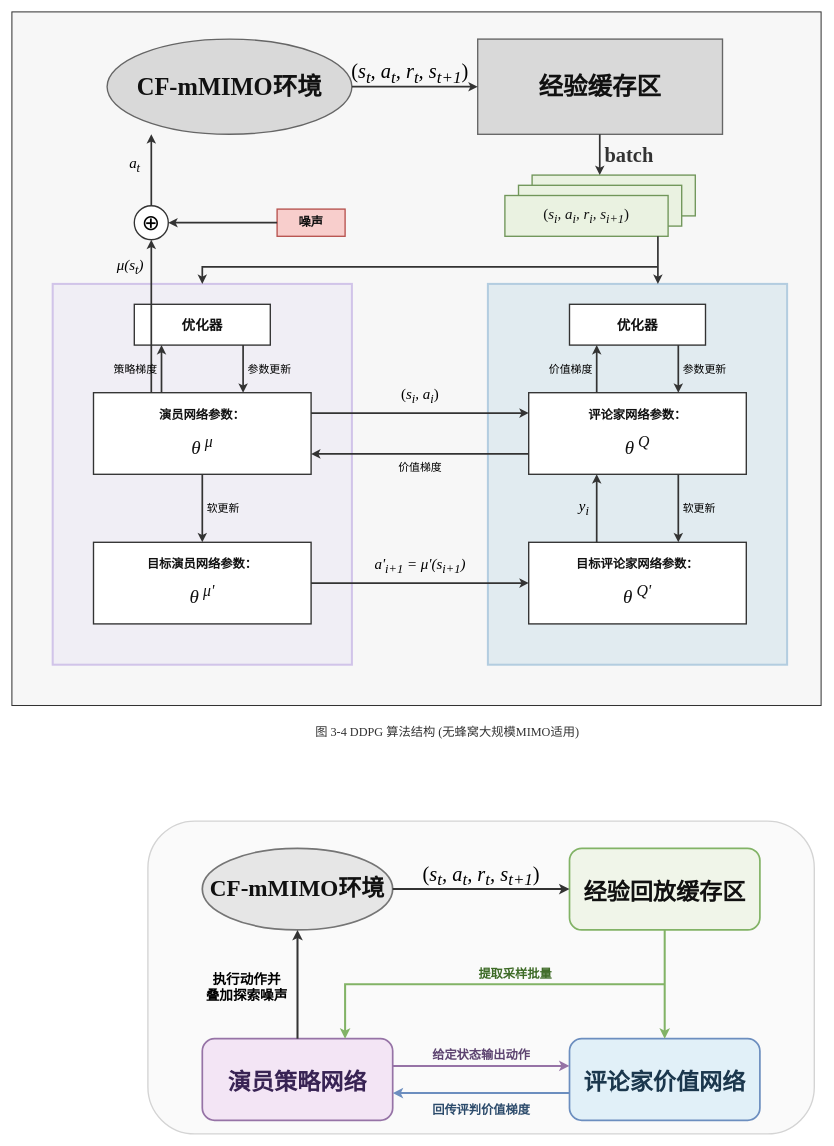
Before: 毕设DDPG架构图.drawio in youmiwei/drawio, a draw.io diagram. Source tidied: cells renumbered, new cells numbered last; positions are measured from the earlier drawing's top-left corner, leaving out a move shared by most shapes. Both pictures are drawn from the tidied source at 68%, with x=0, y=0 at pixel (12, 12).
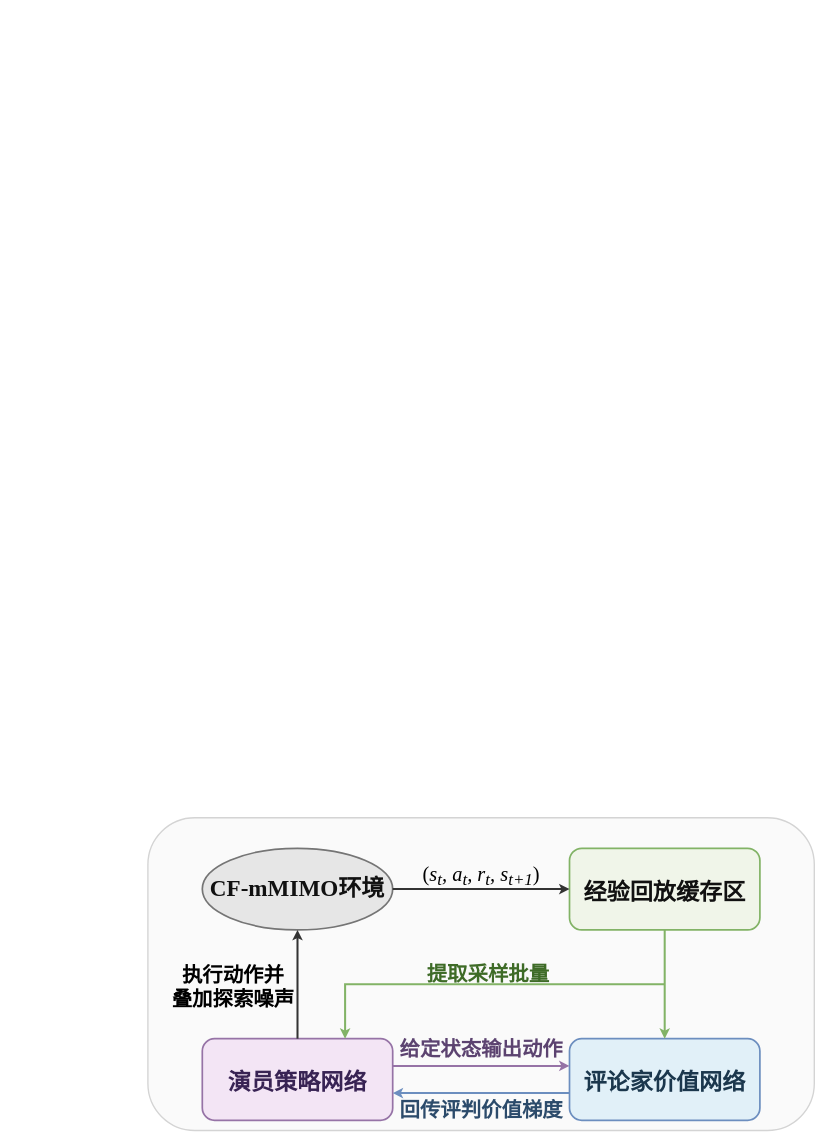
Above is the later version.

Commit message (it also covers changes not shown here):
更新毕设DDPG架构图.drawio

What changed in the source:
```diff
@@
-    <mxCell id="2" style="rounded=0;whiteSpace=wrap;html=1;fillColor=#f7f7f7;strokeColor=#333333;strokeWidth=1.5;fontFamily=Times New Roman, 宋体;" parent="1" vertex="1">
-      <mxGeometry width="1190" height="1020" as="geometry" />
-    </mxCell>
-    <mxCell id="3" value="&lt;font style=&quot;font-size: 18px;&quot;&gt;图 3-4 DDPG 算法结构 (无蜂窝大规模MIMO适用)&lt;/font&gt;" style="text;html=1;align=center;verticalAlign=middle;fontColor=#333333;fontFamily=Times New Roman, 宋体;" parent="1" vertex="1">
-      <mxGeometry x="440" y="1040" width="400" height="40" as="geometry" />
-    </mxCell>
-    <mxCell id="4" value="&lt;b style=&quot;&quot;&gt;&lt;font style=&quot;font-size: 36px;&quot;&gt;CF-mMIMO环境&lt;/font&gt;&lt;/b&gt;" style="ellipse;whiteSpace=wrap;html=1;fillColor=#d9d9d9;strokeColor=#666666;strokeWidth=2;fontColor=#111111;fontFamily=Times New Roman, 宋体;" parent="1" vertex="1">
-      <mxGeometry x="140" y="40" width="360" height="140" as="geometry" />
-    </mxCell>
-    <mxCell id="5" value="&lt;b style=&quot;&quot;&gt;&lt;font style=&quot;font-size: 36px;&quot;&gt;经验缓存区&lt;/font&gt;&lt;/b&gt;" style="rounded=0;whiteSpace=wrap;html=1;fillColor=#d9d9d9;strokeColor=#666666;strokeWidth=2;fontColor=#111111;fontFamily=Times New Roman, 宋体;" parent="1" vertex="1">
-      <mxGeometry x="685" y="40" width="360" height="140" as="geometry" />
-    </mxCell>
-    <mxCell id="6" style="endArrow=classic;html=1;strokeWidth=2.5;strokeColor=#333333;exitX=1;exitY=0.5;exitDx=0;exitDy=0;entryX=0;entryY=0.5;entryDx=0;entryDy=0;fontFamily=Times New Roman, 宋体;" parent="1" edge="1" source="4" target="5">
-      <mxGeometry relative="1" as="geometry" />
-    </mxCell>
-    <mxCell id="7" value="&lt;font style=&quot;font-size: 30px;&quot;&gt;(&lt;i style=&quot;&quot;&gt;s&lt;sub&gt;t&lt;/sub&gt;, a&lt;sub&gt;t&lt;/sub&gt;, r&lt;sub&gt;t&lt;/sub&gt;, s&lt;sub&gt;t+1&lt;/sub&gt;&lt;/i&gt;)&lt;/font&gt;" style="text;html=1;align=center;verticalAlign=middle;fontFamily=Times New Roman, 宋体;" parent="1" vertex="1">
-      <mxGeometry x="485" y="70" width="200" height="40" as="geometry" />
-    </mxCell>
-    <mxCell id="8" style="rounded=0;whiteSpace=wrap;html=1;fillColor=#eaf2e1;strokeColor=#71965a;strokeWidth=2;fontFamily=Times New Roman, 宋体;" parent="1" vertex="1">
-      <mxGeometry x="765" y="240" width="240" height="60" as="geometry" />
-    </mxCell>
-    <mxCell id="9" style="rounded=0;whiteSpace=wrap;html=1;fillColor=#eaf2e1;strokeColor=#71965a;strokeWidth=2;fontFamily=Times New Roman, 宋体;" parent="1" vertex="1">
-      <mxGeometry x="745" y="255" width="240" height="60" as="geometry" />
-    </mxCell>
-    <mxCell id="10" value="&lt;span style=&quot;font-size: 22px;&quot;&gt;(&lt;i&gt;s&lt;sub&gt;i&lt;/sub&gt;, a&lt;sub&gt;i&lt;/sub&gt;, r&lt;sub&gt;i&lt;/sub&gt;, s&lt;sub&gt;i+1&lt;/sub&gt;&lt;/i&gt;)&lt;/span&gt;" style="rounded=0;whiteSpace=wrap;html=1;fillColor=#eaf2e1;strokeColor=#71965a;strokeWidth=2;fontColor=#111111;fontFamily=Times New Roman, 宋体;" parent="1" vertex="1">
-      <mxGeometry x="725" y="270" width="240" height="60" as="geometry" />
-    </mxCell>
-    <mxCell id="11" style="endArrow=classic;html=1;strokeWidth=2.5;strokeColor=#333333;fontFamily=Times New Roman, 宋体;" parent="1" edge="1">
-      <mxGeometry relative="1" as="geometry">
-        <mxPoint x="864.5" y="180" as="sourcePoint" />
-        <mxPoint x="864.5" y="240" as="targetPoint" />
-      </mxGeometry>
-    </mxCell>
-    <mxCell id="12" value="&lt;font style=&quot;font-size: 30px;&quot;&gt;&lt;b&gt;batch&lt;/b&gt;&lt;/font&gt;" style="text;html=1;align=left;verticalAlign=middle;fontColor=#333333;fontFamily=Times New Roman, 宋体;" parent="1" vertex="1">
-      <mxGeometry x="870" y="195" width="80" height="30" as="geometry" />
-    </mxCell>
-    <mxCell id="13" value="&lt;b style=&quot;font-size: 18px;&quot;&gt;噪声&lt;/b&gt;" style="rounded=0;whiteSpace=wrap;html=1;fillColor=#f8cecc;strokeColor=#b85450;strokeWidth=2;fontColor=#111111;fontFamily=Times New Roman, 宋体;" parent="1" vertex="1">
-      <mxGeometry x="390" y="290" width="100" height="40" as="geometry" />
-    </mxCell>
-    <mxCell id="14" value="&lt;span style=&quot;font-size: 32px;&quot;&gt;⊕&lt;/span&gt;" style="ellipse;whiteSpace=wrap;html=1;fillColor=#ffffff;strokeColor=#333333;strokeWidth=2;fontFamily=Times New Roman, 宋体;" parent="1" vertex="1">
-      <mxGeometry x="180" y="285" width="50" height="50" as="geometry" />
-    </mxCell>
-    <mxCell id="15" style="endArrow=classic;html=1;strokeWidth=2.5;strokeColor=#333333;fontFamily=Times New Roman, 宋体;" parent="1" edge="1">
-      <mxGeometry relative="1" as="geometry">
-        <mxPoint x="390" y="310" as="sourcePoint" />
-        <mxPoint x="230" y="310" as="targetPoint" />
-      </mxGeometry>
-    </mxCell>
-    <mxCell id="16" style="endArrow=classic;html=1;strokeWidth=2.5;strokeColor=#333333;fontFamily=Times New Roman, 宋体;" parent="1" edge="1">
-      <mxGeometry relative="1" as="geometry">
-        <mxPoint x="205" y="285" as="sourcePoint" />
-        <mxPoint x="205" y="180" as="targetPoint" />
-      </mxGeometry>
-    </mxCell>
-    <mxCell id="17" value="&lt;span style=&quot;font-size: 22px;&quot;&gt;&lt;i&gt;a&lt;sub&gt;t&lt;/sub&gt;&lt;/i&gt;&lt;/span&gt;" style="text;html=1;align=right;verticalAlign=middle;fontFamily=Times New Roman, 宋体;" parent="1" vertex="1">
-      <mxGeometry x="140" y="210" width="50" height="30" as="geometry" />
-    </mxCell>
-    <mxCell id="18" style="rounded=0;whiteSpace=wrap;html=1;fillColor=#f0eef5;strokeColor=#d1c4e9;strokeWidth=3;fontFamily=Times New Roman, 宋体;" parent="1" vertex="1">
-      <mxGeometry x="60" y="400" width="440" height="560" as="geometry" />
-    </mxCell>
-    <mxCell id="19" value="&lt;b style=&quot;font-size: 20px;&quot;&gt;优化器&lt;/b&gt;" style="rounded=0;whiteSpace=wrap;html=1;fillColor=#ffffff;strokeColor=#333333;strokeWidth=2;fontColor=#111111;fontFamily=Times New Roman, 宋体;" parent="1" vertex="1">
-      <mxGeometry x="180" y="430" width="200" height="60" as="geometry" />
-    </mxCell>
-    <mxCell id="20" value="&lt;b style=&quot;font-size: 18px;&quot;&gt;演员网络参数：&lt;/b&gt;&lt;br&gt;&lt;br&gt;&lt;span style=&quot;font-size: 28px;&quot;&gt;&lt;i&gt;θ&lt;sup&gt; μ&lt;/sup&gt;&lt;/i&gt;&lt;/span&gt;" style="rounded=0;whiteSpace=wrap;html=1;fillColor=#ffffff;strokeColor=#333333;strokeWidth=2;fontColor=#111111;fontFamily=Times New Roman, 宋体;" parent="1" vertex="1">
-      <mxGeometry x="120" y="560" width="320" height="120" as="geometry" />
-    </mxCell>
-    <mxCell id="21" value="&lt;b style=&quot;font-size: 18px;&quot;&gt;目标演员网络参数：&lt;/b&gt;&lt;br&gt;&lt;br&gt;&lt;span style=&quot;font-size: 28px;&quot;&gt;&lt;i&gt;θ&lt;sup&gt; μ'&lt;/sup&gt;&lt;/i&gt;&lt;/span&gt;" style="rounded=0;whiteSpace=wrap;html=1;fillColor=#ffffff;strokeColor=#333333;strokeWidth=2;fontColor=#111111;fontFamily=Times New Roman, 宋体;" parent="1" vertex="1">
-      <mxGeometry x="120" y="780" width="320" height="120" as="geometry" />
-    </mxCell>
-    <mxCell id="22" style="endArrow=classic;html=1;strokeWidth=2.5;strokeColor=#333333;fontFamily=Times New Roman, 宋体;" parent="1" edge="1">
-      <mxGeometry relative="1" as="geometry">
-        <mxPoint x="205" y="560" as="sourcePoint" />
-        <mxPoint x="205" y="335" as="targetPoint" />
-      </mxGeometry>
-    </mxCell>
-    <mxCell id="23" value="&lt;span style=&quot;font-size: 22px;&quot;&gt;&lt;i&gt;μ(s&lt;sub&gt;t&lt;/sub&gt;)&lt;/i&gt;&lt;/span&gt;" style="text;html=1;align=right;verticalAlign=middle;fontFamily=Times New Roman, 宋体;" parent="1" vertex="1">
-      <mxGeometry x="125" y="360" width="70" height="30" as="geometry" />
-    </mxCell>
-    <mxCell id="24" style="endArrow=classic;html=1;strokeWidth=2.5;strokeColor=#333333;fontFamily=Times New Roman, 宋体;" parent="1" edge="1">
-      <mxGeometry relative="1" as="geometry">
-        <mxPoint x="220" y="560" as="sourcePoint" />
-        <mxPoint x="220" y="490" as="targetPoint" />
-      </mxGeometry>
-    </mxCell>
-    <mxCell id="25" value="&lt;span style=&quot;font-size: 16px;&quot;&gt;策略梯度&lt;/span&gt;" style="text;html=1;align=right;verticalAlign=middle;fontFamily=Times New Roman, 宋体;" parent="1" vertex="1">
-      <mxGeometry x="135" y="510" width="80" height="30" as="geometry" />
-    </mxCell>
-    <mxCell id="26" style="endArrow=classic;html=1;strokeWidth=2.5;strokeColor=#333333;fontFamily=Times New Roman, 宋体;" parent="1" edge="1">
-      <mxGeometry relative="1" as="geometry">
-        <mxPoint x="340" y="490" as="sourcePoint" />
-        <mxPoint x="340" y="560" as="targetPoint" />
-      </mxGeometry>
-    </mxCell>
-    <mxCell id="27" value="&lt;span style=&quot;font-size: 16px;&quot;&gt;参数更新&lt;/span&gt;" style="text;html=1;align=left;verticalAlign=middle;fontFamily=Times New Roman, 宋体;" parent="1" vertex="1">
-      <mxGeometry x="345" y="510" width="80" height="30" as="geometry" />
-    </mxCell>
-    <mxCell id="28" style="endArrow=classic;html=1;strokeWidth=2.5;strokeColor=#333333;fontFamily=Times New Roman, 宋体;" parent="1" edge="1">
-      <mxGeometry relative="1" as="geometry">
-        <mxPoint x="280" y="680" as="sourcePoint" />
-        <mxPoint x="280" y="780" as="targetPoint" />
-      </mxGeometry>
-    </mxCell>
-    <mxCell id="29" value="&lt;span style=&quot;font-size: 16px;&quot;&gt;软更新&lt;/span&gt;" style="text;html=1;align=left;verticalAlign=middle;fontFamily=Times New Roman, 宋体;" parent="1" vertex="1">
-      <mxGeometry x="285" y="715" width="80" height="30" as="geometry" />
-    </mxCell>
-    <mxCell id="30" style="rounded=0;whiteSpace=wrap;html=1;fillColor=#e1ebf0;strokeColor=#b3cde0;strokeWidth=3;fontFamily=Times New Roman, 宋体;" parent="1" vertex="1">
-      <mxGeometry x="700" y="400" width="440" height="560" as="geometry" />
-    </mxCell>
-    <mxCell id="31" value="&lt;b style=&quot;font-size: 20px;&quot;&gt;优化器&lt;/b&gt;" style="rounded=0;whiteSpace=wrap;html=1;fillColor=#ffffff;strokeColor=#333333;strokeWidth=2;fontColor=#111111;fontFamily=Times New Roman, 宋体;" parent="1" vertex="1">
-      <mxGeometry x="820" y="430" width="200" height="60" as="geometry" />
-    </mxCell>
-    <mxCell id="32" value="&lt;b style=&quot;font-size: 18px;&quot;&gt;评论家网络参数：&lt;/b&gt;&lt;br&gt;&lt;br&gt;&lt;span style=&quot;font-size: 28px;&quot;&gt;&lt;i&gt;θ&lt;sup&gt; Q&lt;/sup&gt;&lt;/i&gt;&lt;/span&gt;" style="rounded=0;whiteSpace=wrap;html=1;fillColor=#ffffff;strokeColor=#333333;strokeWidth=2;fontColor=#111111;fontFamily=Times New Roman, 宋体;" parent="1" vertex="1">
-      <mxGeometry x="760" y="560" width="320" height="120" as="geometry" />
-    </mxCell>
-    <mxCell id="33" value="&lt;b style=&quot;font-size: 18px;&quot;&gt;目标评论家网络参数：&lt;/b&gt;&lt;br&gt;&lt;br&gt;&lt;span style=&quot;font-size: 28px;&quot;&gt;&lt;i&gt;θ&lt;sup&gt; Q'&lt;/sup&gt;&lt;/i&gt;&lt;/span&gt;" style="rounded=0;whiteSpace=wrap;html=1;fillColor=#ffffff;strokeColor=#333333;strokeWidth=2;fontColor=#111111;fontFamily=Times New Roman, 宋体;" parent="1" vertex="1">
-      <mxGeometry x="760" y="780" width="320" height="120" as="geometry" />
-    </mxCell>
-    <mxCell id="34" style="endArrow=classic;html=1;strokeWidth=2.5;strokeColor=#333333;fontFamily=Times New Roman, 宋体;" parent="1" edge="1">
-      <mxGeometry relative="1" as="geometry">
-        <mxPoint x="860" y="560" as="sourcePoint" />
-        <mxPoint x="860" y="490" as="targetPoint" />
-      </mxGeometry>
-    </mxCell>
-    <mxCell id="35" value="&lt;span style=&quot;font-size: 16px;&quot;&gt;价值梯度&lt;/span&gt;" style="text;html=1;align=right;verticalAlign=middle;fontFamily=Times New Roman, 宋体;" parent="1" vertex="1">
-      <mxGeometry x="775" y="510" width="80" height="30" as="geometry" />
-    </mxCell>
-    <mxCell id="36" style="endArrow=classic;html=1;strokeWidth=2.5;strokeColor=#333333;fontFamily=Times New Roman, 宋体;" parent="1" edge="1">
-      <mxGeometry relative="1" as="geometry">
-        <mxPoint x="980" y="490" as="sourcePoint" />
-        <mxPoint x="980" y="560" as="targetPoint" />
-      </mxGeometry>
-    </mxCell>
-    <mxCell id="37" value="&lt;span style=&quot;font-size: 16px;&quot;&gt;参数更新&lt;/span&gt;" style="text;html=1;align=left;verticalAlign=middle;fontFamily=Times New Roman, 宋体;" parent="1" vertex="1">
-      <mxGeometry x="985" y="510" width="80" height="30" as="geometry" />
-    </mxCell>
-    <mxCell id="38" style="endArrow=classic;html=1;strokeWidth=2.5;strokeColor=#333333;fontFamily=Times New Roman, 宋体;" parent="1" edge="1">
-      <mxGeometry relative="1" as="geometry">
-        <mxPoint x="980" y="680" as="sourcePoint" />
-        <mxPoint x="980" y="780" as="targetPoint" />
-      </mxGeometry>
-    </mxCell>
-    <mxCell id="39" value="&lt;span style=&quot;font-size: 16px;&quot;&gt;软更新&lt;/span&gt;" style="text;html=1;align=left;verticalAlign=middle;fontFamily=Times New Roman, 宋体;" parent="1" vertex="1">
-      <mxGeometry x="985" y="715" width="80" height="30" as="geometry" />
-    </mxCell>
-    <mxCell id="40" style="endArrow=classic;html=1;strokeWidth=2.5;strokeColor=#333333;fontFamily=Times New Roman, 宋体;" parent="1" edge="1">
-      <mxGeometry relative="1" as="geometry">
-        <mxPoint x="860" y="780" as="sourcePoint" />
-        <mxPoint x="860" y="680" as="targetPoint" />
-      </mxGeometry>
-    </mxCell>
-    <mxCell id="41" value="&lt;span style=&quot;font-size: 22px;&quot;&gt;&lt;i&gt;y&lt;sub&gt;i&lt;/sub&gt;&lt;/i&gt;&lt;/span&gt;" style="text;html=1;align=right;verticalAlign=middle;fontFamily=Times New Roman, 宋体;" parent="1" vertex="1">
-      <mxGeometry x="810" y="715" width="40" height="30" as="geometry" />
-    </mxCell>
-    <mxCell id="42" style="edgeStyle=orthogonalEdgeStyle;rounded=0;html=1;strokeWidth=2.5;strokeColor=#333333;endArrow=classic;fontFamily=Times New Roman, 宋体;" parent="1" edge="1">
-      <mxGeometry relative="1" as="geometry">
-        <mxPoint x="950" y="330" as="sourcePoint" />
-        <mxPoint x="950" y="400" as="targetPoint" />
-      </mxGeometry>
-    </mxCell>
-    <mxCell id="43" style="edgeStyle=orthogonalEdgeStyle;rounded=0;html=1;strokeWidth=2.5;strokeColor=#333333;endArrow=classic;fontFamily=Times New Roman, 宋体;" parent="1" edge="1">
-      <mxGeometry relative="1" as="geometry">
-        <mxPoint x="950" y="375" as="sourcePoint" />
-        <mxPoint x="280" y="400" as="targetPoint" />
-        <Array as="points">
-          <mxPoint x="280" y="375" />
-        </Array>
-      </mxGeometry>
-    </mxCell>
-    <mxCell id="44" style="endArrow=classic;html=1;strokeWidth=2.5;strokeColor=#333333;fontFamily=Times New Roman, 宋体;" parent="1" edge="1">
-      <mxGeometry relative="1" as="geometry">
-        <mxPoint x="440" y="590" as="sourcePoint" />
-        <mxPoint x="760" y="590" as="targetPoint" />
-      </mxGeometry>
-    </mxCell>
-    <mxCell id="45" value="&lt;span style=&quot;font-size: 22px;&quot;&gt;(&lt;i&gt;s&lt;sub&gt;i&lt;/sub&gt;, a&lt;sub&gt;i&lt;/sub&gt;&lt;/i&gt;)&lt;/span&gt;" style="text;html=1;align=center;verticalAlign=middle;fontFamily=Times New Roman, 宋体;" parent="1" vertex="1">
-      <mxGeometry x="520" y="545" width="160" height="40" as="geometry" />
-    </mxCell>
-    <mxCell id="46" style="endArrow=classic;html=1;strokeWidth=2.5;strokeColor=#333333;fontFamily=Times New Roman, 宋体;" parent="1" edge="1">
-      <mxGeometry relative="1" as="geometry">
-        <mxPoint x="760" y="650" as="sourcePoint" />
-        <mxPoint x="440" y="650" as="targetPoint" />
-      </mxGeometry>
-    </mxCell>
-    <mxCell id="47" value="&lt;span style=&quot;font-size: 16px;&quot;&gt;价值梯度&lt;/span&gt;" style="text;html=1;align=center;verticalAlign=middle;fontFamily=Times New Roman, 宋体;" parent="1" vertex="1">
-      <mxGeometry x="560" y="655" width="80" height="30" as="geometry" />
-    </mxCell>
-    <mxCell id="48" style="endArrow=classic;html=1;strokeWidth=2.5;strokeColor=#333333;fontFamily=Times New Roman, 宋体;" parent="1" edge="1">
-      <mxGeometry relative="1" as="geometry">
-        <mxPoint x="440" y="840" as="sourcePoint" />
-        <mxPoint x="760" y="840" as="targetPoint" />
-      </mxGeometry>
-    </mxCell>
-    <mxCell id="49" value="&lt;span style=&quot;font-size: 22px;&quot;&gt;&lt;i&gt;a'&lt;sub&gt;i+1&lt;/sub&gt; = μ'(s&lt;sub&gt;i+1&lt;/sub&gt;)&lt;/i&gt;&lt;/span&gt;" style="text;html=1;align=center;verticalAlign=middle;fontFamily=Times New Roman, 宋体;" parent="1" vertex="1">
-      <mxGeometry x="480" y="795" width="240" height="40" as="geometry" />
-    </mxCell>
     <mxCell id="50" style="rounded=1;whiteSpace=wrap;html=1;fillColor=#fafafa;strokeColor=#d4d4d4;strokeWidth=2;fontFamily=Times New Roman, 宋体;" parent="1" vertex="1">
-      <mxGeometry x="200" y="1190" width="980" height="460" as="geometry" />
+      <mxGeometry x="200" y="1185" width="980" height="460" as="geometry" />
     </mxCell>
@@
-    <mxCell id="56" value="&lt;font style=&quot;font-size: 20px;&quot;&gt;&lt;b&gt;执行动作并&lt;br&gt;叠加探索噪声&lt;/b&gt;&lt;/font&gt;" style="text;html=1;align=center;verticalAlign=middle;fontFamily=Times New Roman, 宋体;" parent="1" vertex="1">
-      <mxGeometry x="265" y="1414" width="160" height="40" as="geometry" />
+    <mxCell id="56" value="&lt;font style=&quot;font-size: 30px;&quot;&gt;&lt;b style=&quot;&quot;&gt;执行动作并&lt;br&gt;叠加探索噪声&lt;/b&gt;&lt;/font&gt;" style="text;html=1;align=center;verticalAlign=middle;fontFamily=Times New Roman, 宋体;" parent="1" vertex="1">
+      <mxGeometry x="245" y="1414" width="160" height="40" as="geometry" />
     </mxCell>
@@
-    <mxCell id="60" value="&lt;span style=&quot;font-size: 18px; font-weight: bold; color: rgb(62, 107, 39); padding: 2px 8px;&quot;&gt;提取采样批量&lt;/span&gt;" style="text;html=1;align=center;verticalAlign=middle;fontFamily=Times New Roman, 宋体;" parent="1" vertex="1">
-      <mxGeometry x="540" y="1400" width="400" height="30" as="geometry" />
+    <mxCell id="60" value="&lt;span style=&quot;font-weight: bold; color: rgb(62, 107, 39); padding: 2px 8px;&quot;&gt;&lt;font style=&quot;font-size: 30px;&quot;&gt;提取采样批量&lt;/font&gt;&lt;/span&gt;" style="text;html=1;align=center;verticalAlign=middle;fontFamily=Times New Roman, 宋体;" parent="1" vertex="1">
+      <mxGeometry x="500" y="1400" width="400" height="30" as="geometry" />
     </mxCell>
@@
-    <mxCell id="62" value="&lt;span style=&quot;font-size: 18px; font-weight: bold; color: rgb(92, 67, 112);&quot;&gt;给定状态输出动作&lt;/span&gt;" style="text;html=1;align=center;verticalAlign=middle;fontFamily=Times New Roman, 宋体;" parent="1" vertex="1">
-      <mxGeometry x="580" y="1520" width="220" height="30" as="geometry" />
+    <mxCell id="62" value="&lt;span style=&quot;font-weight: bold; color: rgb(92, 67, 112);&quot;&gt;&lt;font style=&quot;font-size: 30px;&quot;&gt;给定状态输出动作&lt;/font&gt;&lt;/span&gt;" style="text;html=1;align=center;verticalAlign=middle;fontFamily=Times New Roman, 宋体;" parent="1" vertex="1">
+      <mxGeometry x="580" y="1510" width="220" height="30" as="geometry" />
     </mxCell>
@@
-    <mxCell id="64" value="&lt;span style=&quot;font-size: 18px; font-weight: bold; color: rgb(44, 75, 107);&quot;&gt;回传评判价值梯度&lt;/span&gt;" style="text;html=1;align=center;verticalAlign=middle;fontFamily=Times New Roman, 宋体;" parent="1" vertex="1">
+    <mxCell id="64" value="&lt;span style=&quot;font-weight: bold; color: rgb(44, 75, 107);&quot;&gt;&lt;font style=&quot;font-size: 30px;&quot;&gt;回传评判价值梯度&lt;/font&gt;&lt;/span&gt;" style="text;html=1;align=center;verticalAlign=middle;fontFamily=Times New Roman, 宋体;" parent="1" vertex="1">
       <mxGeometry x="580" y="1600" width="220" height="30" as="geometry" />
     </mxCell>
```
